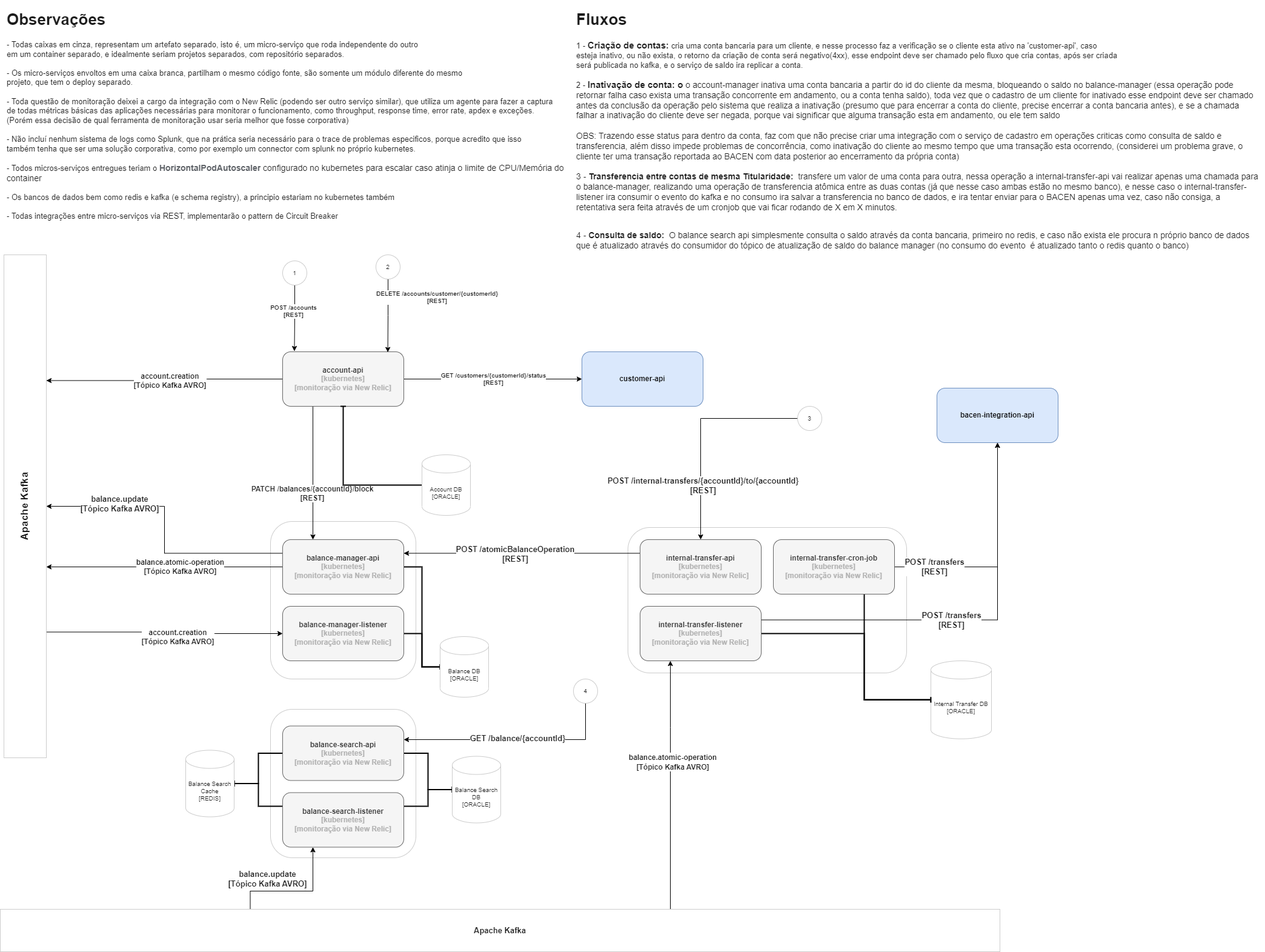
The draw.io diagram arquitetura.drawio.png in sometestcases/itaucase, before a commit. Source tidied: cells renumbered, new cells last; positions are measured from the earlier drawing's top-left corner, leaving out a move shared by most shapes.
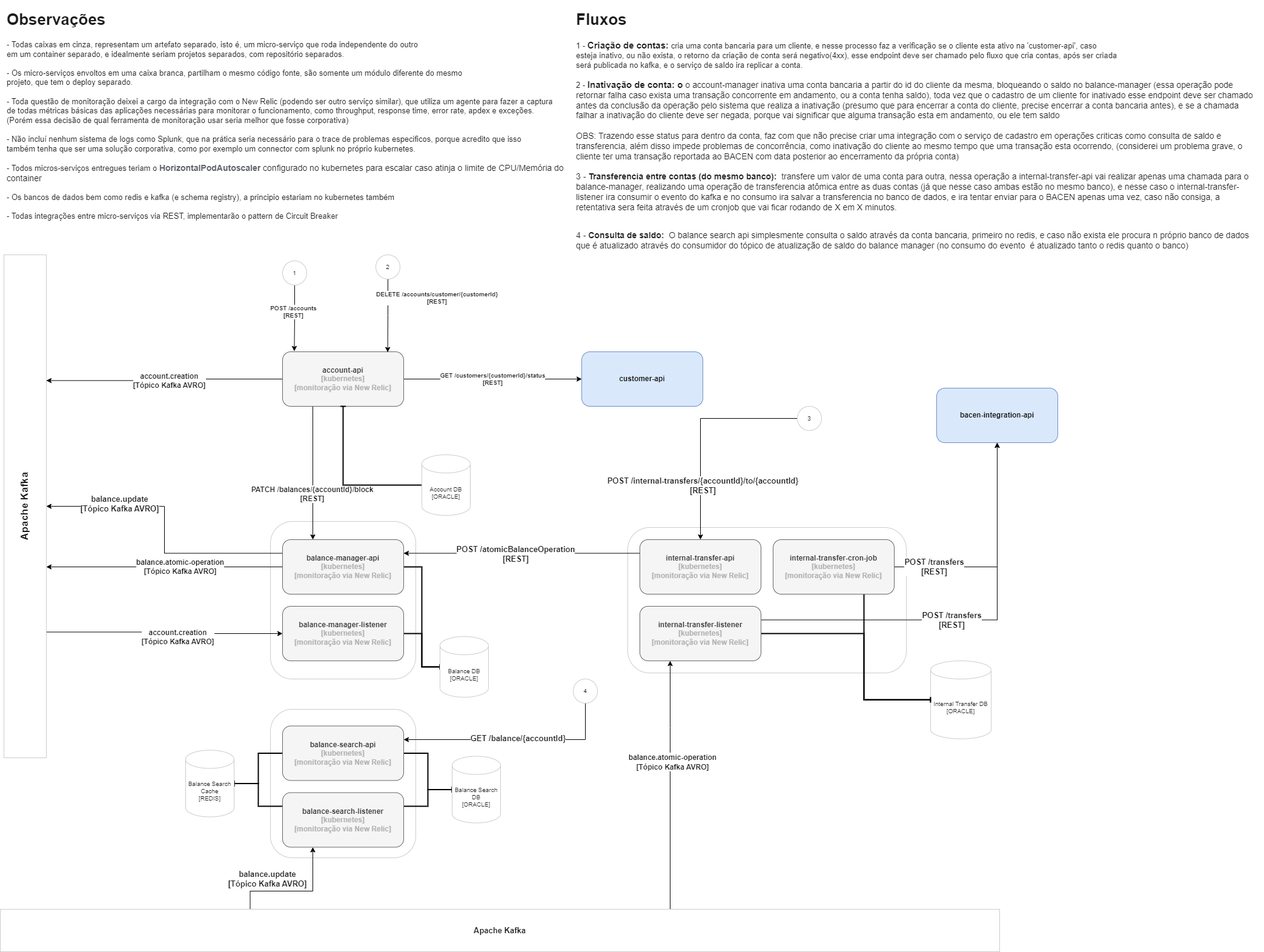
Above is the later version.

The edit, as a diff of the source:
```diff
@@ -222,7 +222,7 @@
     <mxCell id="65" value="&lt;h1&gt;Observações&lt;/h1&gt;&lt;p&gt;- Todas caixas em cinza, representam um artefato separado, isto é, um micro-serviço que roda independente do outro&lt;span style=&quot;background-color: initial;&quot;&gt;&amp;nbsp;&lt;br&gt;em um container separado, e idealmente seriam projetos separados, com repositório separados.&lt;br&gt;&lt;br&gt;- Os micro-serviços envoltos em uma caixa branca, partilham o mesmo código fonte, são somente um módulo diferente do mesmo&amp;nbsp;&lt;br&gt;projeto, que tem o deploy separado.&lt;br&gt;&lt;br&gt;- Toda questão de monitoração deixei a cargo da integração com o New Relic (podendo ser outro serviço similar), que utiliza um agente para fazer a captura&lt;br&gt;de todas métricas básicas das aplicações necessárias para monitorar o funcionamento, como throughput, response time, error rate, apdex e exceções.&lt;br&gt;(Porém essa decisão de qual ferramenta de monitoração usar seria melhor que fosse corporativa)&lt;br&gt;&lt;br&gt;- Não incluí nenhum sistema de logs como Splunk, que na prática seria necessário para o trace de problemas especificos, porque acredito que isso&lt;br&gt;&lt;/span&gt;&lt;span style=&quot;background-color: initial;&quot;&gt;também tenha que ser uma solução corporativa, como por exemplo um connector com splunk no próprio kubernetes.&amp;nbsp;&lt;br&gt;&lt;br&gt;- Todos micros-serviços entregues teriam o&amp;nbsp;&lt;/span&gt;&lt;span style=&quot;font-weight: bold; color: rgb(95, 99, 104); font-family: arial, sans-serif; font-size: 14px; background-color: rgb(255, 255, 255);&quot;&gt;HorizontalPodAutoscaler&lt;/span&gt;&lt;span style=&quot;color: rgb(77, 81, 86); font-family: arial, sans-serif; font-size: 14px; background-color: rgb(255, 255, 255);&quot;&gt;&amp;nbsp;&lt;/span&gt;&lt;span style=&quot;font-family: arial, sans-serif; background-color: rgb(255, 255, 255);&quot;&gt;&lt;font style=&quot;&quot;&gt;&lt;font style=&quot;font-size: 14px;&quot;&gt;configurado no kubernetes para escalar caso atinja o limite de CPU/Memória do container&lt;br&gt;&lt;/font&gt;&lt;br&gt;- Os bancos de dados bem como redis e kafka (e schema registry), a principio estariam no kubernetes também&lt;br&gt;&lt;br&gt;- Todas integrações entre micro-serviços via REST, implementarão o pattern de Circuit Breaker&lt;br&gt;&lt;br&gt;&lt;/font&gt;&lt;/span&gt;&lt;/p&gt;&lt;p&gt;&lt;span style=&quot;background-color: initial;&quot;&gt;&lt;font style=&quot;font-size: 13px;&quot;&gt;&lt;br&gt;&lt;/font&gt;&lt;br&gt;&lt;/span&gt;&lt;/p&gt;" style="text;html=1;strokeColor=none;fillColor=none;spacing=5;spacingTop=-20;whiteSpace=wrap;overflow=hidden;rounded=0;fontSize=13;fontColor=#1A1A1A;" parent="1" vertex="1">
       <mxGeometry x="6" width="964" height="360" as="geometry" />
     </mxCell>
-    <mxCell id="66" value="&lt;h1&gt;Fluxos&amp;nbsp;&lt;/h1&gt;&lt;p&gt;&lt;span style=&quot;font-family: arial, sans-serif; background-color: rgb(255, 255, 255);&quot;&gt;&lt;font style=&quot;&quot;&gt;1 - &lt;b&gt;&lt;font style=&quot;font-size: 15px;&quot;&gt;Criação de contas:&lt;/font&gt;&lt;/b&gt;&amp;nbsp;cria uma conta bancaria para um cliente, e nesse processo faz a verificação se o cliente esta ativo na 'customer-api', caso&lt;br&gt;esteja inativo, ou não exista, o retorno da criação de conta será negativo(4xx), esse endpoint deve ser chamado pelo fluxo que cria contas, após ser criada&lt;br&gt;será publicada no kafka, e o serviço de saldo ira replicar a conta.&lt;br&gt;&lt;br&gt;2 - &lt;font style=&quot;&quot;&gt;&lt;b style=&quot;font-size: 15px;&quot;&gt;Inativação de conta: o&amp;nbsp;&lt;/b&gt;&lt;font style=&quot;font-size: 14px;&quot;&gt;o account-manager inativa uma conta bancaria a partir do id do cliente da mesma, bloqueando o saldo no balance-manager (essa operação pode retornar falha caso exista uma transação concorrente em andamento, ou a conta tenha saldo), toda vez que o cadastro de um cliente for inativado esse endpoint deve ser chamado antes da conclusão da operação pelo sistema que realiza a inativação (presumo que para encerrar a conta do cliente, precise encerrar a conta bancaria antes), e se a chamada falhar a inativação do cliente deve ser negada, porque vai significar que alguma transação esta em andamento, ou ele tem saldo&lt;br&gt;&lt;br&gt;OBS: Trazendo esse status para dentro da conta, faz com que não precise criar uma integração com o serviço de cadastro em operações criticas como consulta de saldo e transferencia, além disso impede problemas de concorrência, como inativação do cliente ao mesmo tempo que uma transação esta ocorrendo, (considerei um problema grave, o cliente ter uma transação reportada ao BACEN com data posterior ao encerramento da própria conta)&lt;br&gt;&lt;br&gt;3 - &lt;b&gt;Transferencia entre contas de mesma Titularidade:&amp;nbsp;&lt;/b&gt;&amp;nbsp;transfere um valor de uma conta para outra, nessa operação a internal-transfer-api vai realizar apenas uma chamada para o balance-manager, realizando uma operação de transferencia atômica entre as duas contas (já que nesse caso ambas estão no mesmo banco), e nesse caso o internal-transfer-listener ira consumir o evento do kafka e no consumo ira salvar a transferencia no banco de dados, e ira tentar enviar para o BACEN apenas uma vez, caso não consiga, a retentativa sera feita através de um cronjob que vai ficar rodando de X em X minutos.&amp;nbsp;&lt;br&gt;&lt;br&gt;&lt;/font&gt;&lt;/font&gt;&lt;/font&gt;&lt;/span&gt;&lt;/p&gt;&lt;p&gt;&lt;span style=&quot;font-family: arial, sans-serif; background-color: rgb(255, 255, 255);&quot;&gt;&lt;font style=&quot;font-size: 14px;&quot;&gt;4 -&amp;nbsp;&lt;b&gt;Consulta de saldo:&amp;nbsp;&lt;/b&gt;&amp;nbsp;O balance search api simplesmente consulta o saldo através da conta bancaria, primeiro no redis, e caso não exista ele procura n próprio banco de dados&lt;br&gt;que é atualizado através do consumidor do tópico de atualização de saldo do balance manager (no consumo do evento&amp;nbsp; é atualizado tanto o redis quanto o banco)&lt;/font&gt;&lt;/span&gt;&lt;/p&gt;&lt;div&gt;&lt;span style=&quot;font-family: arial, sans-serif; background-color: rgb(255, 255, 255);&quot;&gt;&lt;font style=&quot;font-size: 14px;&quot;&gt;&lt;br&gt;&lt;/font&gt;&lt;/span&gt;&lt;/div&gt;&lt;p&gt;&lt;span style=&quot;background-color: initial;&quot;&gt;&lt;br&gt;&lt;/span&gt;&lt;/p&gt;" style="text;html=1;strokeColor=none;fillColor=none;spacing=5;spacingTop=-20;whiteSpace=wrap;overflow=hidden;rounded=0;fontSize=13;fontColor=#1A1A1A;" parent="1" vertex="1">
+    <mxCell id="66" value="&lt;h1&gt;Fluxos&amp;nbsp;&lt;/h1&gt;&lt;p&gt;&lt;span style=&quot;font-family: arial, sans-serif; background-color: rgb(255, 255, 255);&quot;&gt;&lt;font style=&quot;&quot;&gt;1 - &lt;b&gt;&lt;font style=&quot;font-size: 15px;&quot;&gt;Criação de contas:&lt;/font&gt;&lt;/b&gt;&amp;nbsp;cria uma conta bancaria para um cliente, e nesse processo faz a verificação se o cliente esta ativo na 'customer-api', caso&lt;br&gt;esteja inativo, ou não exista, o retorno da criação de conta será negativo(4xx), esse endpoint deve ser chamado pelo fluxo que cria contas, após ser criada&lt;br&gt;será publicada no kafka, e o serviço de saldo ira replicar a conta.&lt;br&gt;&lt;br&gt;2 - &lt;font style=&quot;&quot;&gt;&lt;b style=&quot;font-size: 15px;&quot;&gt;Inativação de conta: o&amp;nbsp;&lt;/b&gt;&lt;font style=&quot;font-size: 14px;&quot;&gt;o account-manager inativa uma conta bancaria a partir do id do cliente da mesma, bloqueando o saldo no balance-manager (essa operação pode retornar falha caso exista uma transação concorrente em andamento, ou a conta tenha saldo), toda vez que o cadastro de um cliente for inativado esse endpoint deve ser chamado antes da conclusão da operação pelo sistema que realiza a inativação (presumo que para encerrar a conta do cliente, precise encerrar a conta bancaria antes), e se a chamada falhar a inativação do cliente deve ser negada, porque vai significar que alguma transação esta em andamento, ou ele tem saldo&lt;br&gt;&lt;br&gt;OBS: Trazendo esse status para dentro da conta, faz com que não precise criar uma integração com o serviço de cadastro em operações criticas como consulta de saldo e transferencia, além disso impede problemas de concorrência, como inativação do cliente ao mesmo tempo que uma transação esta ocorrendo, (considerei um problema grave, o cliente ter uma transação reportada ao BACEN com data posterior ao encerramento da própria conta)&lt;br&gt;&lt;br&gt;3 - &lt;b&gt;Transferencia entre contas (do mesmo banco):&amp;nbsp;&lt;/b&gt;&amp;nbsp;transfere um valor de uma conta para outra, nessa operação a internal-transfer-api vai realizar apenas uma chamada para o balance-manager, realizando uma operação de transferencia atômica entre as duas contas (já que nesse caso ambas estão no mesmo banco), e nesse caso o internal-transfer-listener ira consumir o evento do kafka e no consumo ira salvar a transferencia no banco de dados, e ira tentar enviar para o BACEN apenas uma vez, caso não consiga, a retentativa sera feita através de um cronjob que vai ficar rodando de X em X minutos.&amp;nbsp;&lt;br&gt;&lt;br&gt;&lt;/font&gt;&lt;/font&gt;&lt;/font&gt;&lt;/span&gt;&lt;/p&gt;&lt;p&gt;&lt;span style=&quot;font-family: arial, sans-serif; background-color: rgb(255, 255, 255);&quot;&gt;&lt;font style=&quot;font-size: 14px;&quot;&gt;4 -&amp;nbsp;&lt;b&gt;Consulta de saldo:&amp;nbsp;&lt;/b&gt;&amp;nbsp;O balance search api simplesmente consulta o saldo através da conta bancaria, primeiro no redis, e caso não exista ele procura n próprio banco de dados&lt;br&gt;que é atualizado através do consumidor do tópico de atualização de saldo do balance manager (no consumo do evento&amp;nbsp; é atualizado tanto o redis quanto o banco)&lt;/font&gt;&lt;/span&gt;&lt;/p&gt;&lt;div&gt;&lt;span style=&quot;font-family: arial, sans-serif; background-color: rgb(255, 255, 255);&quot;&gt;&lt;font style=&quot;font-size: 14px;&quot;&gt;&lt;br&gt;&lt;/font&gt;&lt;/span&gt;&lt;/div&gt;&lt;p&gt;&lt;span style=&quot;background-color: initial;&quot;&gt;&lt;br&gt;&lt;/span&gt;&lt;/p&gt;" style="text;html=1;strokeColor=none;fillColor=none;spacing=5;spacingTop=-20;whiteSpace=wrap;overflow=hidden;rounded=0;fontSize=13;fontColor=#1A1A1A;" parent="1" vertex="1">
       <mxGeometry x="946" width="1140" height="420" as="geometry" />
     </mxCell>
   </root>
```
